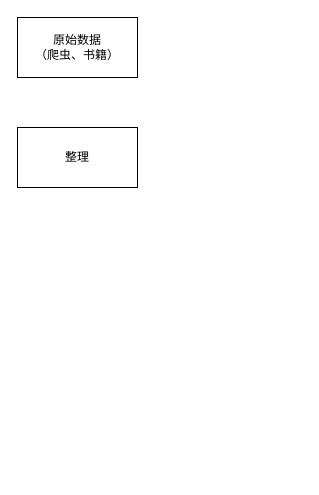
Before: 农事1.drawio in yzy1421/Amateur-women-basketball-in-China, a draw.io diagram. Source tidied: cells renumbered, new cells numbered last; positions are measured from the earlier drawing's top-left corner, leaving out a move shared by most shapes. Both pictures are drawn from the tidied source at 100%, with x=0, y=0 at pixel (17, 17).
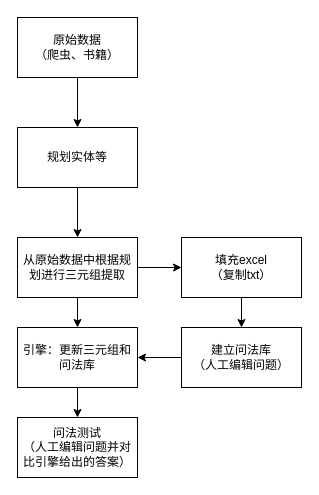
The same page after the edit.

Change to the diagram source:
```diff
@@
 <mxGraphModel>
   <root>
     <mxCell id="0" />
     <mxCell id="1" parent="0" />
+    <mxCell id="4" style="edgeStyle=orthogonalEdgeStyle;rounded=0;jettySize=auto;html=1;exitX=0.5;exitY=1;exitDx=0;exitDy=0;" parent="1" edge="1" source="2" target="3">
+      <mxGeometry relative="1" as="geometry" />
+    </mxCell>
     <mxCell id="2" value="原始数据&lt;br&gt;（爬虫、书籍）" style="rounded=0;whiteSpace=wrap;html=1;" parent="1" vertex="1">
       <mxGeometry width="120" height="60" as="geometry" />
     </mxCell>
+    <mxCell id="5" style="edgeStyle=orthogonalEdgeStyle;rounded=0;jettySize=auto;html=1;exitX=0.5;exitY=1;exitDx=0;exitDy=0;" parent="1" edge="1" source="3" target="8">
+      <mxGeometry relative="1" as="geometry" />
+    </mxCell>
-    <mxCell id="3" value="整理" style="rounded=0;whiteSpace=wrap;html=1;" parent="1" vertex="1">
+    <mxCell id="3" value="规划实体等" style="rounded=0;whiteSpace=wrap;html=1;" parent="1" vertex="1">
       <mxGeometry y="110" width="120" height="60" as="geometry" />
     </mxCell>
+    <mxCell id="6" style="edgeStyle=orthogonalEdgeStyle;rounded=0;jettySize=auto;html=1;exitX=0.5;exitY=1;exitDx=0;exitDy=0;" parent="1" edge="1" source="8" target="14">
+      <mxGeometry relative="1" as="geometry" />
+    </mxCell>
+    <mxCell id="7" style="edgeStyle=orthogonalEdgeStyle;rounded=0;jettySize=auto;html=1;exitX=1;exitY=0.5;exitDx=0;exitDy=0;entryX=0;entryY=0.5;entryDx=0;entryDy=0;" parent="1" edge="1" source="8" target="10">
+      <mxGeometry relative="1" as="geometry" />
+    </mxCell>
+    <mxCell id="8" value="从原始数据中根据规划进行三元组提取" style="rounded=0;whiteSpace=wrap;html=1;" parent="1" vertex="1">
+      <mxGeometry y="220" width="120" height="60" as="geometry" />
+    </mxCell>
+    <mxCell id="9" style="edgeStyle=orthogonalEdgeStyle;rounded=0;jettySize=auto;html=1;exitX=0.5;exitY=1;exitDx=0;exitDy=0;entryX=0.5;entryY=0;entryDx=0;entryDy=0;" parent="1" edge="1" source="10" target="12">
+      <mxGeometry relative="1" as="geometry" />
+    </mxCell>
+    <mxCell id="10" value="填充excel&lt;br&gt;（复制txt）" style="rounded=0;whiteSpace=wrap;html=1;" parent="1" vertex="1">
+      <mxGeometry x="164" y="220" width="120" height="60" as="geometry" />
+    </mxCell>
+    <mxCell id="11" style="edgeStyle=orthogonalEdgeStyle;rounded=0;jettySize=auto;html=1;exitX=0;exitY=0.5;exitDx=0;exitDy=0;" parent="1" edge="1" source="12" target="14">
+      <mxGeometry relative="1" as="geometry" />
+    </mxCell>
+    <mxCell id="12" value="建立问法库&lt;br&gt;（人工编辑问题）" style="rounded=0;whiteSpace=wrap;html=1;" parent="1" vertex="1">
+      <mxGeometry x="164" y="310" width="120" height="60" as="geometry" />
+    </mxCell>
+    <mxCell id="13" style="edgeStyle=orthogonalEdgeStyle;rounded=0;jettySize=auto;html=1;exitX=0.5;exitY=1;exitDx=0;exitDy=0;entryX=0.5;entryY=0;entryDx=0;entryDy=0;" parent="1" edge="1" source="14" target="15">
+      <mxGeometry relative="1" as="geometry" />
+    </mxCell>
+    <mxCell id="14" value="引擎：更新三元组和问法库" style="rounded=0;whiteSpace=wrap;html=1;" parent="1" vertex="1">
+      <mxGeometry y="310" width="120" height="60" as="geometry" />
+    </mxCell>
+    <mxCell id="15" value="问法测试&lt;br&gt;（人工编辑问题并对比引擎给出的答案）" style="rounded=0;whiteSpace=wrap;html=1;" parent="1" vertex="1">
+      <mxGeometry y="400" width="120" height="60" as="geometry" />
+    </mxCell>
   </root>
 </mxGraphModel>
```
